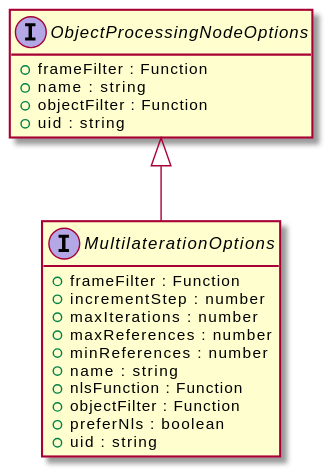
Earlier version of the PlantUML export assets/MultilaterationOptions-umlClassDiagram-14827.svg (OpenHPS/openhps-core).
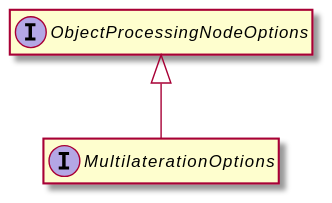
After the commit.

What changed in the source:
```diff
@@ -3,22 +3,8 @@
 hide empty methods
 hide empty fields
 interface "MultilaterationOptions" {
-    +frameFilter : Function
-    +incrementStep : number
-    +maxIterations : number
-    +maxReferences : number
-    +minReferences : number
-    +name : string
-    +nlsFunction : Function
-    +objectFilter : Function
-    +preferNls : boolean
-    +uid : string
 }
 interface "ObjectProcessingNodeOptions" {
-    +frameFilter : Function
-    +name : string
-    +objectFilter : Function
-    +uid : string
 }
 "ObjectProcessingNodeOptions" <|-- "MultilaterationOptions"
 @enduml
```
